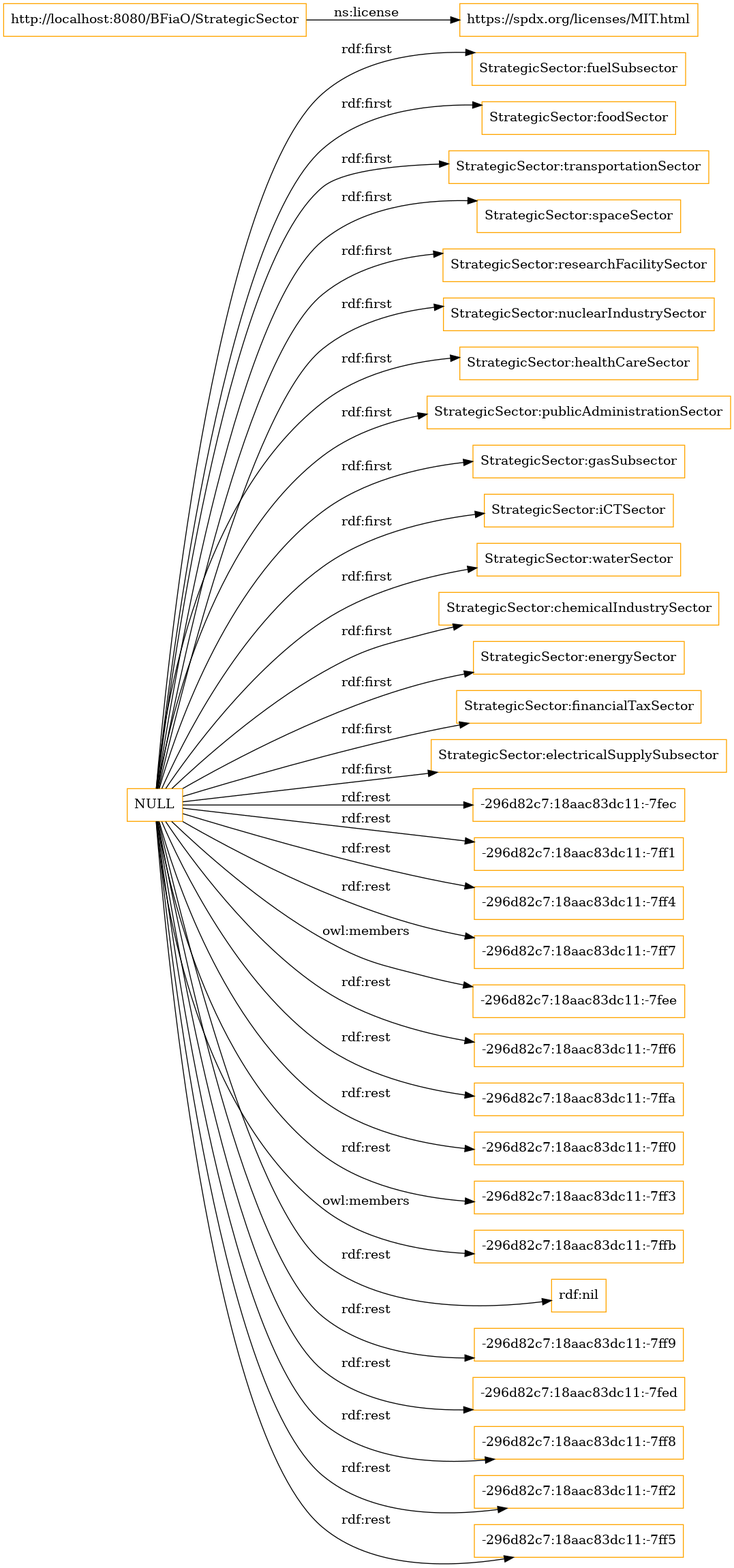
This is OnToology/StrategicSector.owl/diagrams/ar2dtool-class/StrategicSector.owl.png from ahmad88me/bfiao, a Graphviz export, as it was before one commit. Its source is kept beside it as OnToology/StrategicSector.owl/diagrams/ar2dtool-class/StrategicSector.owl.png.dot.
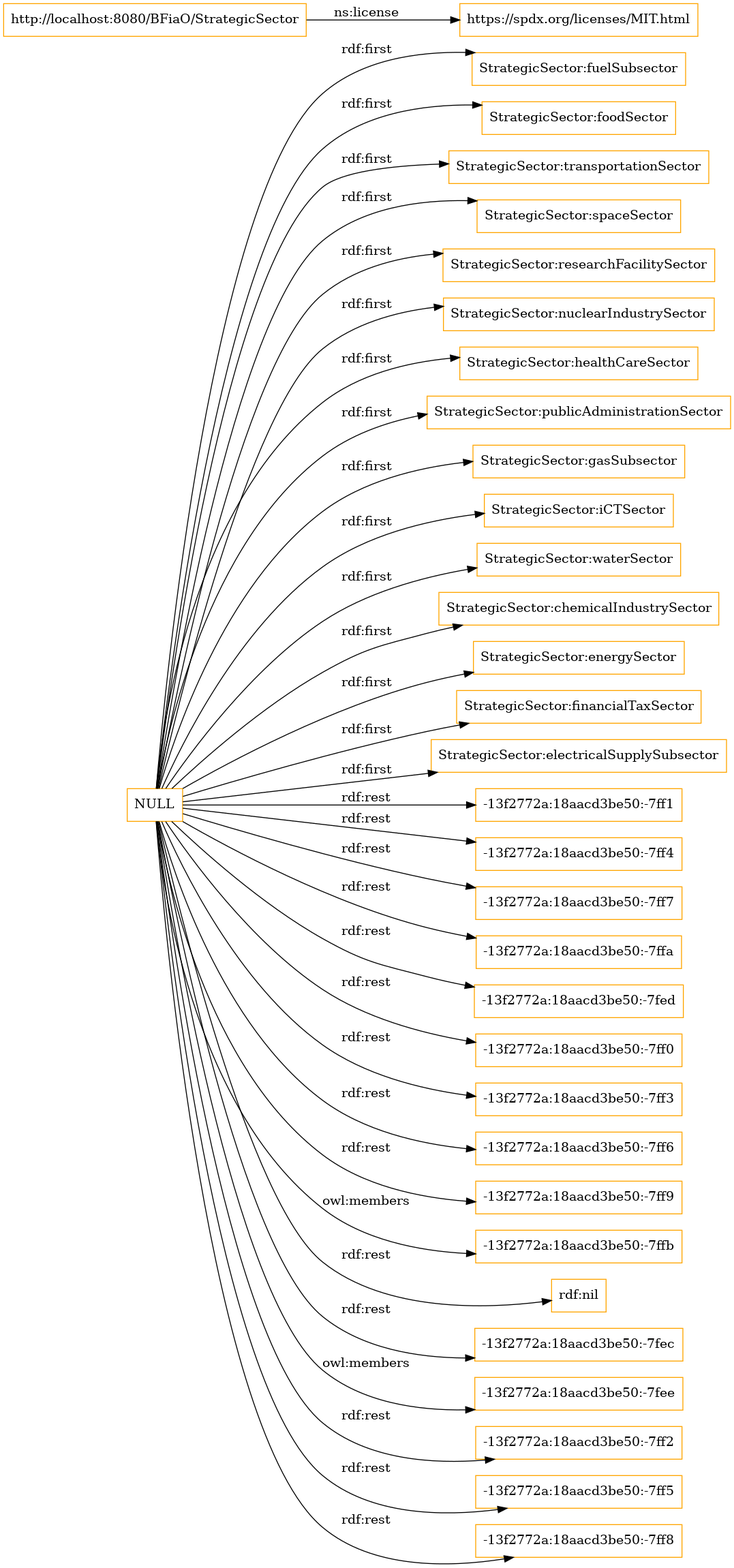
The same file after the commit.

Diff of the diagram source:
```diff
@@ -4,31 +4,31 @@
 node [shape = rectangle, color="orange"]; "StrategicSector:fuelSubsector" "StrategicSector:foodSector" "StrategicSector:transportationSector" "StrategicSector:spaceSector" "StrategicSector:researchFacilitySector" "StrategicSector:nuclearIndustrySector" "StrategicSector:healthCareSector" "StrategicSector:publicAdministrationSector" "StrategicSector:gasSubsector" "StrategicSector:iCTSector" "StrategicSector:waterSector" "StrategicSector:chemicalIndustrySector" "StrategicSector:energySector" "StrategicSector:financialTaxSector" "StrategicSector:electricalSupplySubsector" ; /*classes style*/
 	"http://localhost:8080/BFiaO/StrategicSector" -> "https://spdx.org/licenses/MIT.html" [ label = "ns:license" ];
 	"NULL" -> "StrategicSector:gasSubsector" [ label = "rdf:first" ];
-	"NULL" -> "-296d82c7:18aac83dc11:-7fec" [ label = "rdf:rest" ];
 	"NULL" -> "StrategicSector:healthCareSector" [ label = "rdf:first" ];
+	"NULL" -> "-13f2772a:18aacd3be50:-7ff1" [ label = "rdf:rest" ];
+	"NULL" -> "-13f2772a:18aacd3be50:-7ff4" [ label = "rdf:rest" ];
+	"NULL" -> "-13f2772a:18aacd3be50:-7ff7" [ label = "rdf:rest" ];
 	"NULL" -> "StrategicSector:foodSector" [ label = "rdf:first" ];
-	"NULL" -> "-296d82c7:18aac83dc11:-7ff1" [ label = "rdf:rest" ];
-	"NULL" -> "-296d82c7:18aac83dc11:-7ff4" [ label = "rdf:rest" ];
-	"NULL" -> "-296d82c7:18aac83dc11:-7ff7" [ label = "rdf:rest" ];
+	"NULL" -> "-13f2772a:18aacd3be50:-7ffa" [ label = "rdf:rest" ];
 	"NULL" -> "StrategicSector:waterSector" [ label = "rdf:first" ];
 	"NULL" -> "StrategicSector:nuclearIndustrySector" [ label = "rdf:first" ];
 	"NULL" -> "StrategicSector:spaceSector" [ label = "rdf:first" ];
-	"NULL" -> "-296d82c7:18aac83dc11:-7fee" [ label = "owl:members" ];
-	"NULL" -> "-296d82c7:18aac83dc11:-7ff6" [ label = "rdf:rest" ];
-	"NULL" -> "-296d82c7:18aac83dc11:-7ffa" [ label = "rdf:rest" ];
-	"NULL" -> "-296d82c7:18aac83dc11:-7ff0" [ label = "rdf:rest" ];
-	"NULL" -> "-296d82c7:18aac83dc11:-7ff3" [ label = "rdf:rest" ];
-	"NULL" -> "-296d82c7:18aac83dc11:-7ffb" [ label = "owl:members" ];
+	"NULL" -> "-13f2772a:18aacd3be50:-7fed" [ label = "rdf:rest" ];
+	"NULL" -> "-13f2772a:18aacd3be50:-7ff0" [ label = "rdf:rest" ];
+	"NULL" -> "-13f2772a:18aacd3be50:-7ff3" [ label = "rdf:rest" ];
+	"NULL" -> "-13f2772a:18aacd3be50:-7ff6" [ label = "rdf:rest" ];
+	"NULL" -> "-13f2772a:18aacd3be50:-7ff9" [ label = "rdf:rest" ];
+	"NULL" -> "-13f2772a:18aacd3be50:-7ffb" [ label = "owl:members" ];
 	"NULL" -> "StrategicSector:chemicalIndustrySector" [ label = "rdf:first" ];
 	"NULL" -> "rdf:nil" [ label = "rdf:rest" ];
-	"NULL" -> "-296d82c7:18aac83dc11:-7ff9" [ label = "rdf:rest" ];
-	"NULL" -> "-296d82c7:18aac83dc11:-7fed" [ label = "rdf:rest" ];
+	"NULL" -> "-13f2772a:18aacd3be50:-7fec" [ label = "rdf:rest" ];
 	"NULL" -> "StrategicSector:fuelSubsector" [ label = "rdf:first" ];
+	"NULL" -> "-13f2772a:18aacd3be50:-7fee" [ label = "owl:members" ];
 	"NULL" -> "StrategicSector:energySector" [ label = "rdf:first" ];
+	"NULL" -> "-13f2772a:18aacd3be50:-7ff2" [ label = "rdf:rest" ];
+	"NULL" -> "-13f2772a:18aacd3be50:-7ff5" [ label = "rdf:rest" ];
+	"NULL" -> "-13f2772a:18aacd3be50:-7ff8" [ label = "rdf:rest" ];
 	"NULL" -> "StrategicSector:transportationSector" [ label = "rdf:first" ];
-	"NULL" -> "-296d82c7:18aac83dc11:-7ff8" [ label = "rdf:rest" ];
-	"NULL" -> "-296d82c7:18aac83dc11:-7ff2" [ label = "rdf:rest" ];
-	"NULL" -> "-296d82c7:18aac83dc11:-7ff5" [ label = "rdf:rest" ];
 	"NULL" -> "StrategicSector:researchFacilitySector" [ label = "rdf:first" ];
 	"NULL" -> "StrategicSector:financialTaxSector" [ label = "rdf:first" ];
 	"NULL" -> "StrategicSector:iCTSector" [ label = "rdf:first" ];
```
